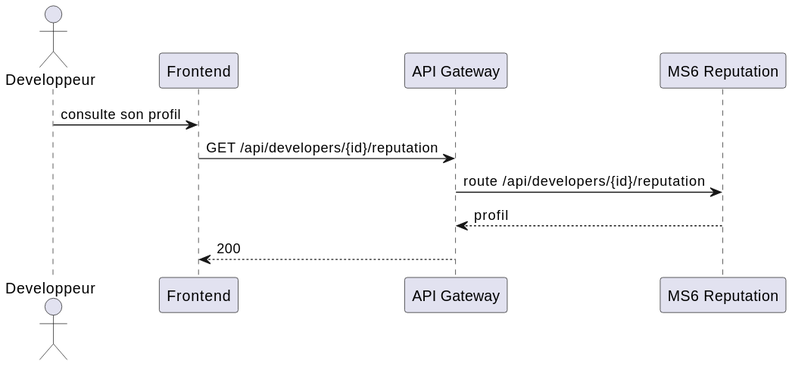
Above: docs/Diagrams/Reputation/ms6-reputation-sequence.svg in reemslama/mini-projet-web (PlantUML), before the change. Its diagram source:
```plantuml
@startuml
skinparam backgroundColor #FFFFFF
actor Developpeur
participant "Frontend" as FE
participant "API Gateway" as GW
participant "MS6 Reputation" as MS6

Developpeur -> FE : consulte son profil
FE -> GW : GET /api/developers/{id}/reputation
GW -> MS6 : route /api/developers/{id}/reputation
MS6 --> GW : profil
GW --> FE : 200
@enduml
```
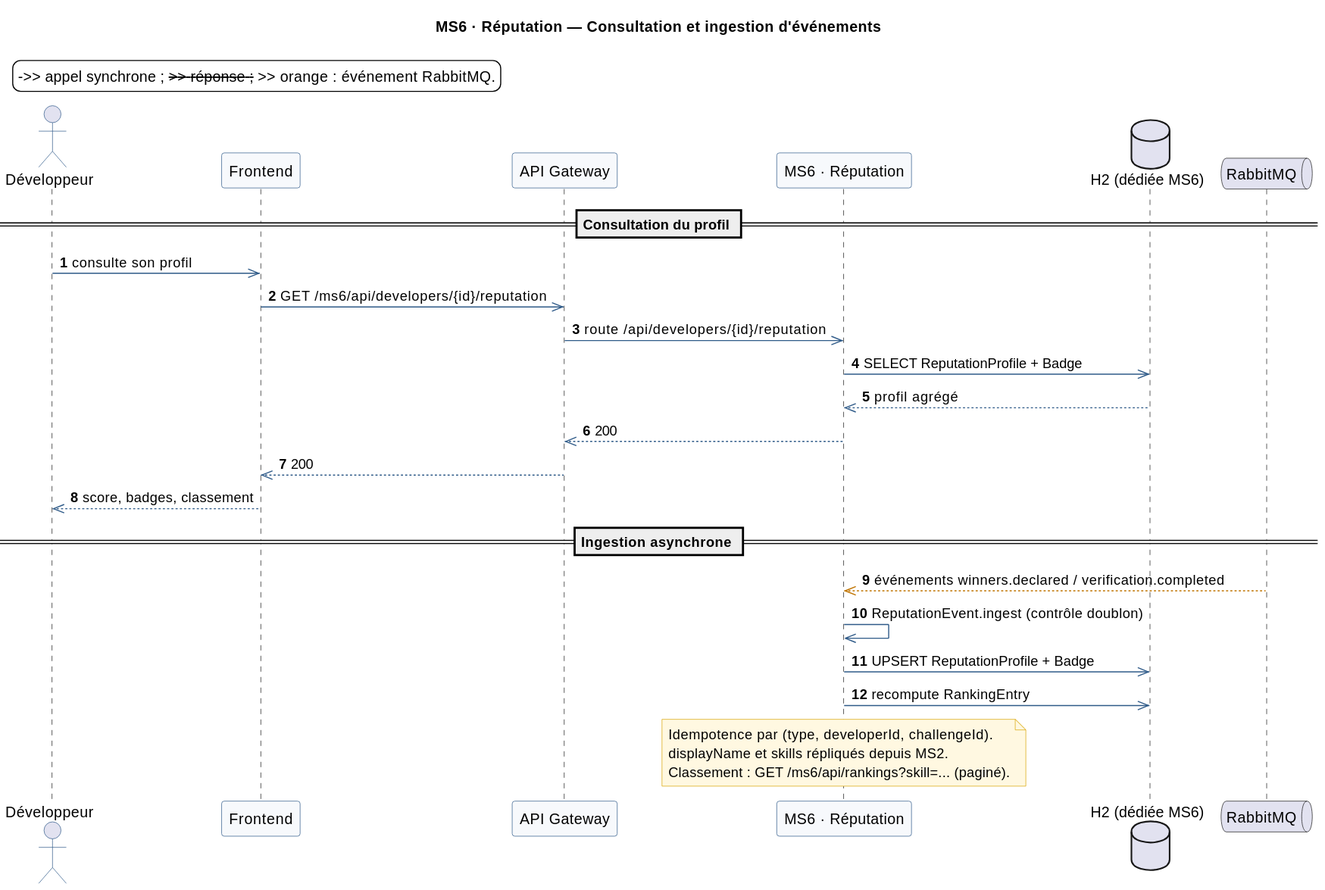
Above is the later version.

Change to the diagram source:
```diff
@@ -1,13 +1,50 @@
 @startuml
+title MS6 · Réputation — Consultation et ingestion d'événements
+
 skinparam backgroundColor #FFFFFF
-actor Developpeur
+skinparam shadowing false
+skinparam FontName Helvetica
+skinparam FontSize 12
+skinparam ArrowColor #2E5A88
+skinparam ParticipantBackgroundColor #F7F9FC
+skinparam ParticipantBorderColor #2E5A88
+skinparam ActorBorderColor #2E5A88
+skinparam NoteBackgroundColor #FFF8E1
+skinparam NoteBorderColor #D9A400
+autonumber
+
+legend top left
+  ->> appel synchrone ; -->> réponse ; -->> orange : événement RabbitMQ.
+end legend
+
+actor "Développeur" as DEV
 participant "Frontend" as FE
 participant "API Gateway" as GW
-participant "MS6 Reputation" as MS6
+participant "MS6 · Réputation" as MS6
+database "H2 (dédiée MS6)" as DB
+queue "RabbitMQ" as RMQ
 
-Developpeur -> FE : consulte son profil
-FE -> GW : GET /api/developers/{id}/reputation
-GW -> MS6 : route /api/developers/{id}/reputation
-MS6 --> GW : profil
-GW --> FE : 200
+== Consultation du profil ==
+
+DEV ->> FE : consulte son profil
+FE ->> GW : GET /ms6/api/developers/{id}/reputation
+GW ->> MS6 : route /api/developers/{id}/reputation
+MS6 ->> DB : SELECT ReputationProfile + Badge
+DB -->> MS6 : profil agrégé
+MS6 -->> GW : 200
+GW -->> FE : 200
+FE -->> DEV : score, badges, classement
+
+== Ingestion asynchrone ==
+
+RMQ --[#C07400]>> MS6 : événements winners.declared / verification.completed
+MS6 ->> MS6 : ReputationEvent.ingest (contrôle doublon)
+MS6 ->> DB : UPSERT ReputationProfile + Badge
+MS6 ->> DB : recompute RankingEntry
+
+note over MS6
+  Idempotence par (type, developerId, challengeId).
+  displayName et skills répliqués depuis MS2.
+  Classement : GET /ms6/api/rankings?skill=... (paginé).
+end note
 @enduml
```
